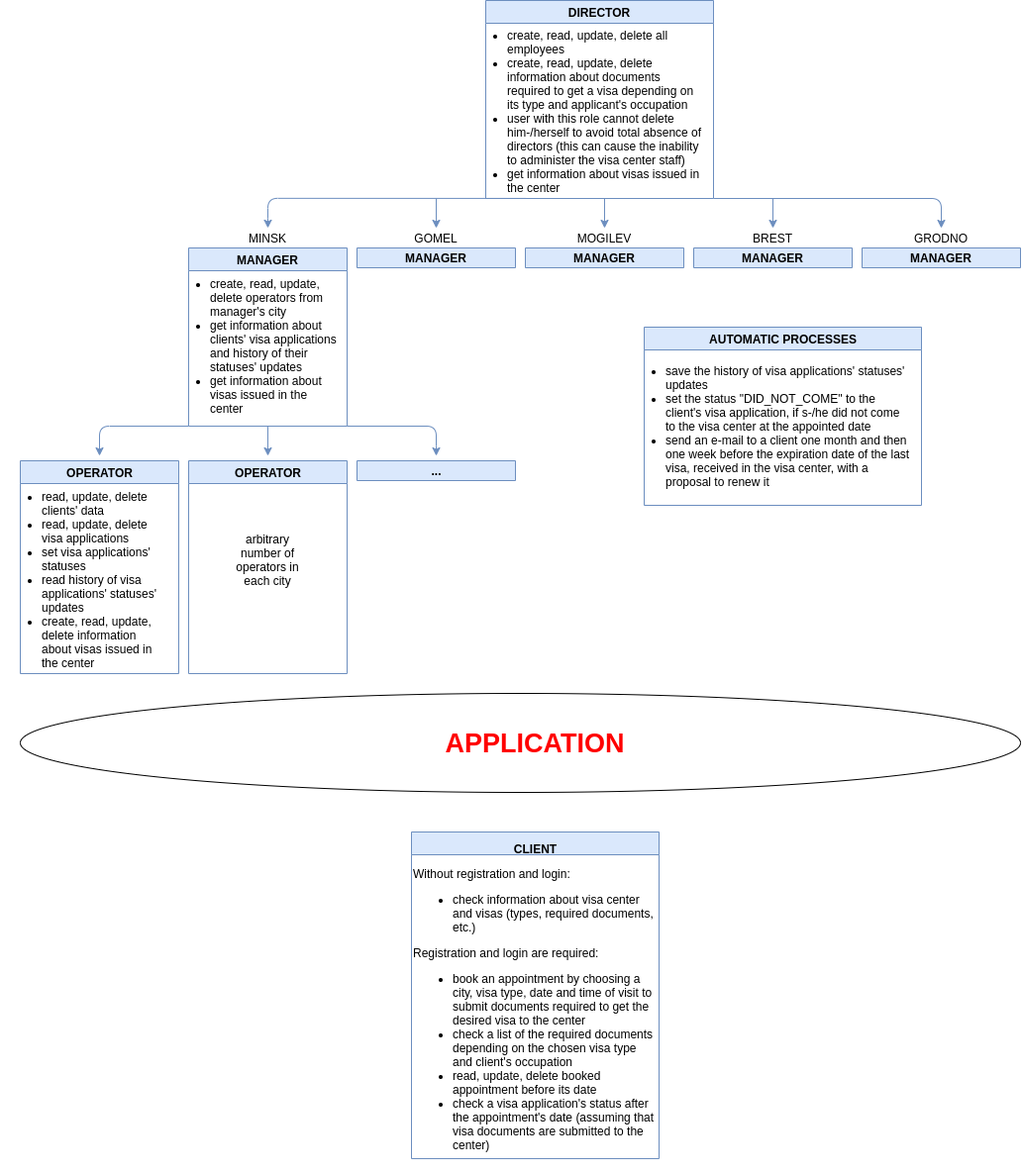
Earlier version of the draw.io export images/func.png (olegyev/polish-visa-center). Source tidied: cells renumbered, new cells last; positions are measured from the earlier drawing's top-left corner, leaving out a move shared by most shapes. Its diagram source:
```xml
<mxGraphModel background="#ffffff">
  <root>
    <mxCell id="0" />
    <mxCell id="1" parent="0" />
    <mxCell id="2" value="DIRECTOR" style="swimlane;fillColor=#dae8fc;strokeColor=#6c8ebf;" parent="1" vertex="1">
      <mxGeometry x="490" width="230" height="200" as="geometry" />
    </mxCell>
    <mxCell id="3" value="&lt;ul&gt;&lt;li&gt;create, read, update, delete all employees&lt;/li&gt;&lt;li&gt;create, read, update, delete information about documents required to get a visa depending on its type and applicant's occupation&lt;/li&gt;&lt;li&gt;user with this role cannot delete him-/herself to avoid total absence of directors (this can cause the inability to administer the visa center staff)&lt;/li&gt;&lt;li&gt;get information about visas issued in the center&lt;/li&gt;&lt;/ul&gt;" style="text;strokeColor=none;fillColor=none;html=1;whiteSpace=wrap;verticalAlign=middle;overflow=hidden;" parent="2" vertex="1">
      <mxGeometry x="-20" y="15" width="240" height="185" as="geometry" />
    </mxCell>
    <mxCell id="4" style="edgeStyle=segmentEdgeStyle;endArrow=classic;html=1;fillColor=#dae8fc;strokeColor=#6c8ebf;" parent="1" edge="1">
      <mxGeometry relative="1" as="geometry">
        <mxPoint x="530" y="199.9" as="sourcePoint" />
        <mxPoint x="270" y="229.9" as="targetPoint" />
        <Array as="points">
          <mxPoint x="270" y="199.9" />
          <mxPoint x="270" y="229.9" />
        </Array>
      </mxGeometry>
    </mxCell>
    <mxCell id="5" style="edgeStyle=segmentEdgeStyle;endArrow=classic;html=1;fillColor=#dae8fc;strokeColor=#6c8ebf;entryX=0.5;entryY=0;entryDx=0;entryDy=0;" parent="1" edge="1" target="9">
      <mxGeometry relative="1" as="geometry">
        <mxPoint x="440" y="200" as="sourcePoint" />
      </mxGeometry>
    </mxCell>
    <mxCell id="6" style="edgeStyle=segmentEdgeStyle;endArrow=classic;html=1;fillColor=#dae8fc;strokeColor=#6c8ebf;entryX=0.5;entryY=0;entryDx=0;entryDy=0;" parent="1" edge="1" target="10">
      <mxGeometry relative="1" as="geometry">
        <mxPoint x="780" y="200" as="sourcePoint" />
      </mxGeometry>
    </mxCell>
    <mxCell id="7" style="edgeStyle=segmentEdgeStyle;endArrow=classic;html=1;exitX=1;exitY=1;exitDx=0;exitDy=0;fillColor=#dae8fc;strokeColor=#6c8ebf;entryX=0.5;entryY=0;entryDx=0;entryDy=0;" parent="1" edge="1" source="2" target="11">
      <mxGeometry relative="1" as="geometry">
        <Array as="points">
          <mxPoint x="950" y="200" />
        </Array>
      </mxGeometry>
    </mxCell>
    <mxCell id="8" value="MINSK" style="text;html=1;strokeColor=none;fillColor=none;align=center;verticalAlign=middle;whiteSpace=wrap;rounded=0;" parent="1" vertex="1">
      <mxGeometry x="250" y="230" width="40" height="20" as="geometry" />
    </mxCell>
    <mxCell id="9" value="GOMEL" style="text;html=1;strokeColor=none;fillColor=none;align=center;verticalAlign=middle;whiteSpace=wrap;rounded=0;" parent="1" vertex="1">
      <mxGeometry x="420" y="230" width="40" height="20" as="geometry" />
    </mxCell>
    <mxCell id="10" value="BREST" style="text;html=1;strokeColor=none;fillColor=none;align=center;verticalAlign=middle;whiteSpace=wrap;rounded=0;" parent="1" vertex="1">
      <mxGeometry x="760" y="230" width="40" height="20" as="geometry" />
    </mxCell>
    <mxCell id="11" value="GRODNO" style="text;html=1;strokeColor=none;fillColor=none;align=center;verticalAlign=middle;whiteSpace=wrap;rounded=0;" parent="1" vertex="1">
      <mxGeometry x="930" y="230" width="40" height="20" as="geometry" />
    </mxCell>
    <mxCell id="12" style="endArrow=classic;html=1;fillColor=#dae8fc;strokeColor=#6c8ebf;" parent="1" edge="1">
      <mxGeometry relative="1" as="geometry">
        <mxPoint x="610" y="200" as="sourcePoint" />
        <mxPoint x="610" y="230" as="targetPoint" />
      </mxGeometry>
    </mxCell>
    <mxCell id="13" value="MOGILEV" style="text;html=1;strokeColor=none;fillColor=none;align=center;verticalAlign=middle;whiteSpace=wrap;rounded=0;" parent="1" vertex="1">
      <mxGeometry x="590" y="230" width="40" height="20" as="geometry" />
    </mxCell>
    <mxCell id="14" value="MANAGER" style="swimlane;fillColor=#dae8fc;strokeColor=#6c8ebf;" parent="1" vertex="1">
      <mxGeometry x="190" y="250" width="160" height="180" as="geometry" />
    </mxCell>
    <mxCell id="15" value="&lt;ul&gt;&lt;li&gt;create, read, update, delete operators from manager's city&lt;/li&gt;&lt;li&gt;get information about clients' visa applications and history of their statuses' updates&lt;/li&gt;&lt;li&gt;get information about visas issued in the center&lt;/li&gt;&lt;/ul&gt;" style="text;strokeColor=none;fillColor=none;html=1;whiteSpace=wrap;verticalAlign=middle;overflow=hidden;labelBackgroundColor=none;" parent="14" vertex="1">
      <mxGeometry x="-20" y="15" width="170" height="165" as="geometry" />
    </mxCell>
    <mxCell id="16" value="MANAGER" style="swimlane;fillColor=#dae8fc;strokeColor=#6c8ebf;" parent="1" vertex="1">
      <mxGeometry x="360" y="250" width="160" height="20" as="geometry" />
    </mxCell>
    <mxCell id="17" value="MANAGER" style="swimlane;fillColor=#dae8fc;strokeColor=#6c8ebf;" parent="1" vertex="1">
      <mxGeometry x="530" y="250" width="160" height="20" as="geometry" />
    </mxCell>
    <mxCell id="18" value="MANAGER" style="swimlane;fillColor=#dae8fc;strokeColor=#6c8ebf;" parent="1" vertex="1">
      <mxGeometry x="700" y="250" width="160" height="20" as="geometry" />
    </mxCell>
    <mxCell id="19" value="MANAGER" style="swimlane;fillColor=#dae8fc;strokeColor=#6c8ebf;" parent="1" vertex="1">
      <mxGeometry x="870" y="250" width="160" height="20" as="geometry" />
    </mxCell>
    <mxCell id="20" style="endArrow=classic;html=1;fillColor=#dae8fc;strokeColor=#6c8ebf;" parent="1" edge="1">
      <mxGeometry relative="1" as="geometry">
        <mxPoint x="270" y="430" as="sourcePoint" />
        <mxPoint x="270" y="460" as="targetPoint" />
      </mxGeometry>
    </mxCell>
    <mxCell id="21" style="edgeStyle=segmentEdgeStyle;endArrow=classic;html=1;fillColor=#dae8fc;strokeColor=#6c8ebf;" parent="1" edge="1">
      <mxGeometry relative="1" as="geometry">
        <mxPoint x="190" y="430" as="sourcePoint" />
        <mxPoint x="100" y="460" as="targetPoint" />
        <Array as="points">
          <mxPoint x="190" y="430" />
        </Array>
      </mxGeometry>
    </mxCell>
    <mxCell id="22" style="edgeStyle=segmentEdgeStyle;endArrow=classic;html=1;fillColor=#dae8fc;strokeColor=#6c8ebf;" parent="1" edge="1">
      <mxGeometry relative="1" as="geometry">
        <mxPoint x="350" y="430" as="sourcePoint" />
        <mxPoint x="440" y="460" as="targetPoint" />
        <Array as="points">
          <mxPoint x="440" y="430" />
          <mxPoint x="440" y="460" />
        </Array>
      </mxGeometry>
    </mxCell>
    <mxCell id="23" value="OPERATOR" style="swimlane;labelBackgroundColor=none;html=1;fillColor=#dae8fc;strokeColor=#6c8ebf;" parent="1" vertex="1">
      <mxGeometry x="20" y="465" width="160" height="215" as="geometry" />
    </mxCell>
    <mxCell id="24" value="&lt;ul&gt;&lt;li&gt;read, update, delete clients' data&lt;/li&gt;&lt;li&gt;read, update, delete visa applications&lt;/li&gt;&lt;li&gt;set visa applications' statuses&lt;/li&gt;&lt;li&gt;read history of visa applications' statuses' updates&lt;/li&gt;&lt;li&gt;create, read, update, delete&amp;nbsp;information about visas issued in the center&lt;/li&gt;&lt;/ul&gt;" style="text;strokeColor=none;fillColor=none;html=1;whiteSpace=wrap;verticalAlign=middle;overflow=hidden;labelBackgroundColor=none;" parent="23" vertex="1">
      <mxGeometry x="-20" y="15" width="160" height="200" as="geometry" />
    </mxCell>
    <mxCell id="25" value="OPERATOR" style="swimlane;labelBackgroundColor=none;html=1;fillColor=#dae8fc;strokeColor=#6c8ebf;startSize=23;" parent="1" vertex="1">
      <mxGeometry x="190" y="465" width="160" height="215" as="geometry" />
    </mxCell>
    <mxCell id="26" value="arbitrary number of operators in each city" style="text;html=1;strokeColor=none;fillColor=none;align=center;verticalAlign=middle;whiteSpace=wrap;rounded=0;labelBackgroundColor=none;" parent="25" vertex="1">
      <mxGeometry x="35" y="70" width="90" height="60" as="geometry" />
    </mxCell>
    <mxCell id="27" value="..." style="swimlane;labelBackgroundColor=none;html=1;fillColor=#dae8fc;strokeColor=#6c8ebf;startSize=23;" parent="1" vertex="1">
      <mxGeometry x="360" y="465" width="160" height="20" as="geometry" />
    </mxCell>
    <mxCell id="28" value="AUTOMATIC PROCESSES" style="swimlane;labelBackgroundColor=none;html=1;fillColor=#dae8fc;strokeColor=#6c8ebf;" parent="1" vertex="1">
      <mxGeometry x="650" y="330" width="280" height="180" as="geometry" />
    </mxCell>
    <mxCell id="29" value="&lt;ul&gt;&lt;li&gt;&lt;span style=&quot;font-size: 12px&quot;&gt;save the history of visa applications' statuses' updates&lt;/span&gt;&lt;br&gt;&lt;/li&gt;&lt;li&gt;set the status &quot;DID_NOT_COME&quot; to the client's visa application, if s-/he did not come to the visa center at the appointed date&lt;/li&gt;&lt;li&gt;send an e-mail to a client one month and then one week before the expiration date of the last visa, received in the visa center, with a proposal to renew it&lt;/li&gt;&lt;/ul&gt;" style="text;strokeColor=none;fillColor=none;html=1;whiteSpace=wrap;verticalAlign=middle;overflow=hidden;labelBackgroundColor=none;" parent="28" vertex="1">
      <mxGeometry x="-20" y="15" width="290" height="170" as="geometry" />
    </mxCell>
    <mxCell id="30" style="ellipse;whiteSpace=wrap;html=1;labelBackgroundColor=none;" parent="1" vertex="1">
      <mxGeometry x="20" y="700" width="1010" height="100" as="geometry" />
    </mxCell>
    <mxCell id="31" value="&lt;font color=&quot;#ff0000&quot;&gt;APPLICATION&lt;/font&gt;" style="text;html=1;strokeColor=none;fillColor=none;align=center;verticalAlign=middle;whiteSpace=wrap;rounded=0;labelBackgroundColor=none;fontStyle=1;fontSize=27;" parent="1" vertex="1">
      <mxGeometry x="440" y="730" width="200" height="40" as="geometry" />
    </mxCell>
    <mxCell id="32" value="&lt;font style=&quot;font-size: 12px&quot;&gt;CLIENT&lt;/font&gt;" style="swimlane;labelBackgroundColor=none;strokeColor=#6c8ebf;fontSize=27;html=1;fillColor=#dae8fc;" parent="1" vertex="1">
      <mxGeometry x="415" y="840" width="250" height="330" as="geometry" />
    </mxCell>
    <mxCell id="33" value="&lt;div&gt;Without registration and login:&lt;/div&gt;&lt;ul&gt;&lt;li&gt;&lt;span&gt;check information about visa center and visas (types, required documents, etc.)&lt;/span&gt;&lt;/li&gt;&lt;/ul&gt;&lt;div&gt;Registration and login are required:&lt;/div&gt;&lt;ul&gt;&lt;li&gt;book an appointment by choosing a city, visa type, date and time of visit to submit documents required to get the desired visa to the center&lt;/li&gt;&lt;li&gt;check a list of the required documents depending on the&amp;nbsp;chosen visa type and client's occupation&lt;/li&gt;&lt;li&gt;read, update, delete booked appointment before its date&lt;/li&gt;&lt;li&gt;check a visa application's status after the appointment's date (assuming that visa documents are submitted to the center)&lt;/li&gt;&lt;/ul&gt;" style="text;strokeColor=none;fillColor=none;html=1;whiteSpace=wrap;verticalAlign=middle;overflow=hidden;" parent="32" vertex="1">
      <mxGeometry y="25" width="250" height="320" as="geometry" />
    </mxCell>
  </root>
</mxGraphModel>
```
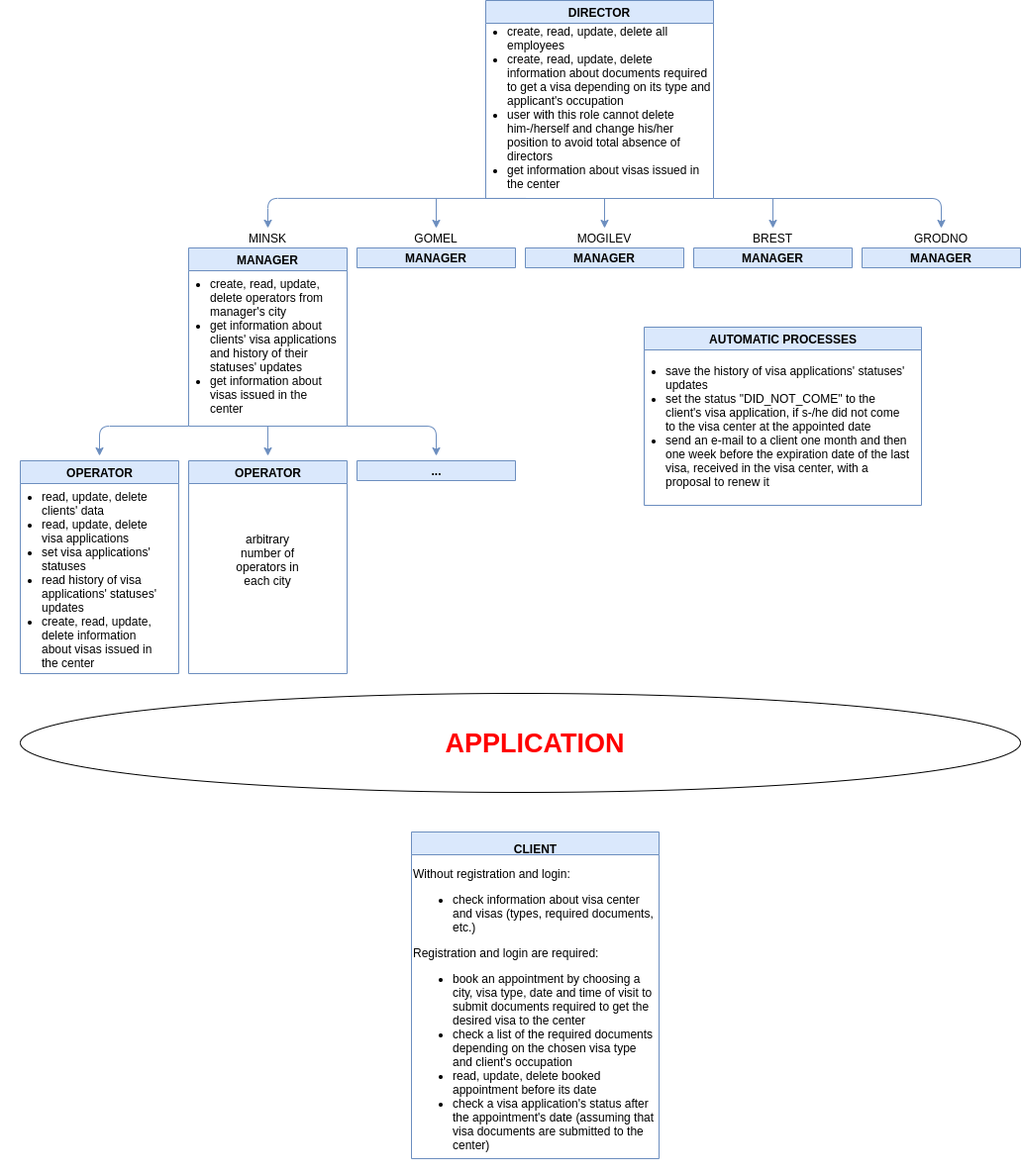
The same file after the commit.

Change to the diagram source:
```diff
@@ -5,8 +5,8 @@
     <mxCell id="2" value="DIRECTOR" style="swimlane;fillColor=#dae8fc;strokeColor=#6c8ebf;" parent="1" vertex="1">
       <mxGeometry x="490" width="230" height="200" as="geometry" />
     </mxCell>
-    <mxCell id="3" value="&lt;ul&gt;&lt;li&gt;create, read, update, delete all employees&lt;/li&gt;&lt;li&gt;create, read, update, delete information about documents required to get a visa depending on its type and applicant's occupation&lt;/li&gt;&lt;li&gt;user with this role cannot delete him-/herself to avoid total absence of directors (this can cause the inability to administer the visa center staff)&lt;/li&gt;&lt;li&gt;get information about visas issued in the center&lt;/li&gt;&lt;/ul&gt;" style="text;strokeColor=none;fillColor=none;html=1;whiteSpace=wrap;verticalAlign=middle;overflow=hidden;" parent="2" vertex="1">
-      <mxGeometry x="-20" y="15" width="240" height="185" as="geometry" />
+    <mxCell id="3" value="&lt;ul&gt;&lt;li&gt;create, read, update, delete all employees&lt;/li&gt;&lt;li&gt;create, read, update, delete information about documents required to get a visa depending on its type and applicant's occupation&lt;/li&gt;&lt;li&gt;user with this role cannot delete him-/herself and change his/her position to avoid total absence of directors&lt;/li&gt;&lt;li&gt;get information about visas issued in the center&lt;/li&gt;&lt;/ul&gt;" style="text;strokeColor=none;fillColor=none;html=1;whiteSpace=wrap;verticalAlign=middle;overflow=hidden;" parent="2" vertex="1">
+      <mxGeometry x="-20" y="10" width="250" height="190" as="geometry" />
     </mxCell>
     <mxCell id="4" style="edgeStyle=segmentEdgeStyle;endArrow=classic;html=1;fillColor=#dae8fc;strokeColor=#6c8ebf;" parent="1" edge="1">
       <mxGeometry relative="1" as="geometry">
```
